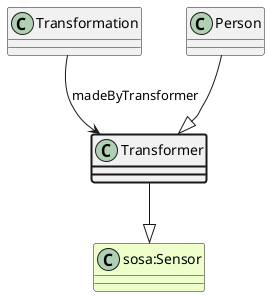
aus-plant-phenomics-network/appn-schema keeps this PlantUML diagram as ttl_uml/ttl_appn_Transformer.png. Above is the earlier version.
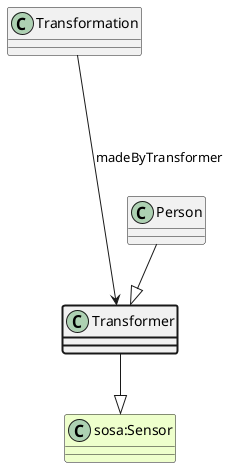
The same diagram one commit later.

Change to the diagram source:
```diff
@@ -3,7 +3,7 @@
 class "sosa:Sensor" #EEFFCC
 Transformer --|> "sosa:Sensor"
 class Transformation
-Transformation --> Transformer : madeByTransformer
+Transformation ----> Transformer : madeByTransformer
 class Person
 Person --|> Transformer
 @enduml
```
